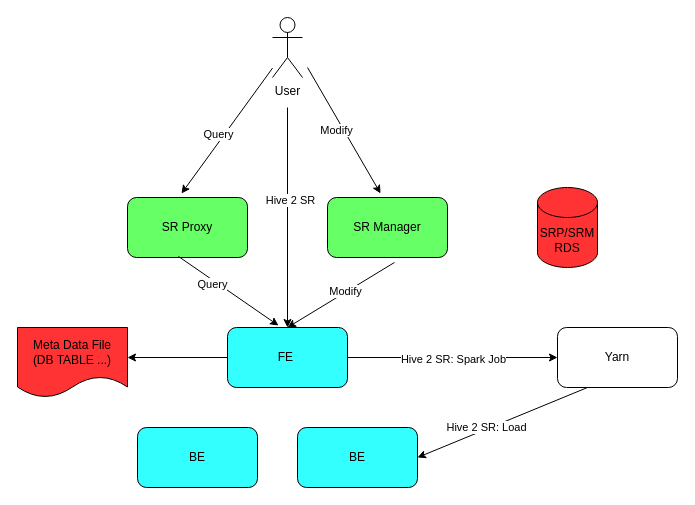
This is wycshuyi.drawio from labud/pictures, a draw.io file, before an edit. Source tidied: cells renumbered, new cells numbered last; positions are measured from the earlier drawing's top-left corner, leaving out a move shared by most shapes. Both pictures are drawn from the tidied source at 100%, with x=0, y=0 at pixel (17, 17).
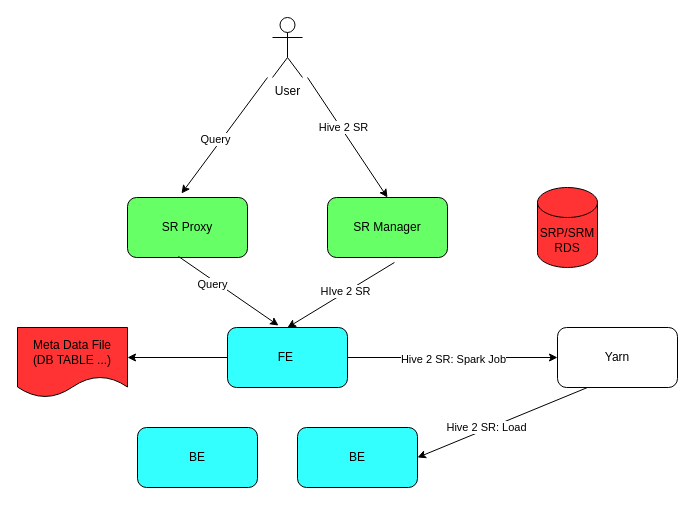
Above is the later version.

The change refers to these unchanged cells:
```xml
<mxCell id="9" value="SR Proxy" style="rounded=1;whiteSpace=wrap;html=1;fillColor=#66FF66;" parent="1" vertex="1">
  <mxGeometry x="110" y="180" width="120" height="60" as="geometry" />
</mxCell>
<mxCell id="10" value="SR Manager" style="rounded=1;whiteSpace=wrap;html=1;fillColor=#66FF66;" parent="1" vertex="1">
  <mxGeometry x="310" y="180" width="120" height="60" as="geometry" />
</mxCell>
<mxCell id="13" style="endArrow=classic;html=1;rounded=0;exitX=0.558;exitY=1.083;exitDx=0;exitDy=0;exitPerimeter=0;entryX=0.5;entryY=0;entryDx=0;entryDy=0;" parent="1" edge="1" source="10" target="5">
  <mxGeometry relative="1" as="geometry" />
</mxCell>
<mxCell id="15" value="User" style="shape=umlActor;verticalLabelPosition=bottom;verticalAlign=top;html=1;outlineConnect=0;" parent="1" vertex="1">
  <mxGeometry x="255" width="30" height="60" as="geometry" />
</mxCell>
```

Change to the diagram source:
```diff
@@
-    <mxCell id="14" value="Modify" style="edgeLabel;html=1;align=center;verticalAlign=middle;" parent="13" vertex="1">
+    <mxCell id="14" value="HIve 2 SR" style="edgeLabel;html=1;align=center;verticalAlign=middle;" parent="13" vertex="1">
       <mxGeometry x="-0.1" y="-1" relative="1" as="geometry">
         <mxPoint x="-1" as="offset" />
       </mxGeometry>
     </mxCell>
@@
-    <mxCell id="16" style="endArrow=classic;html=1;rounded=0;entryX=0.45;entryY=-0.067;entryDx=0;entryDy=0;entryPerimeter=0;" parent="1" edge="1" source="15" target="9">
-      <mxGeometry relative="1" as="geometry" />
+    <mxCell id="16" style="endArrow=classic;html=1;rounded=0;entryX=0.45;entryY=-0.067;entryDx=0;entryDy=0;entryPerimeter=0;" parent="1" edge="1" target="9">
+      <mxGeometry relative="1" as="geometry">
+        <mxPoint x="250" y="60" as="sourcePoint" />
+      </mxGeometry>
     </mxCell>
@@
-    <mxCell id="18" style="endArrow=classic;html=1;rounded=0;entryX=0.442;entryY=-0.067;entryDx=0;entryDy=0;entryPerimeter=0;" parent="1" edge="1" target="10">
-      <mxGeometry relative="1" as="geometry">
-        <mxPoint x="290" y="50" as="sourcePoint" />
-      </mxGeometry>
-    </mxCell>
-    <mxCell id="19" value="Modify" style="edgeLabel;html=1;align=center;verticalAlign=middle;" parent="18" vertex="1">
-      <mxGeometry x="0.01" y="4" relative="1" as="geometry">
-        <mxPoint x="-12" as="offset" />
-      </mxGeometry>
-    </mxCell>
-    <mxCell id="20" style="endArrow=classic;html=1;rounded=0;" parent="1" edge="1">
+    <mxCell id="20" style="endArrow=classic;html=1;rounded=0;entryX=0.5;entryY=0;entryDx=0;entryDy=0;" parent="1" edge="1" target="10">
       <mxGeometry relative="1" as="geometry">
-        <mxPoint x="270" y="90" as="sourcePoint" />
-        <mxPoint x="270" y="310" as="targetPoint" />
+        <mxPoint x="290" y="60" as="sourcePoint" />
       </mxGeometry>
     </mxCell>
```
